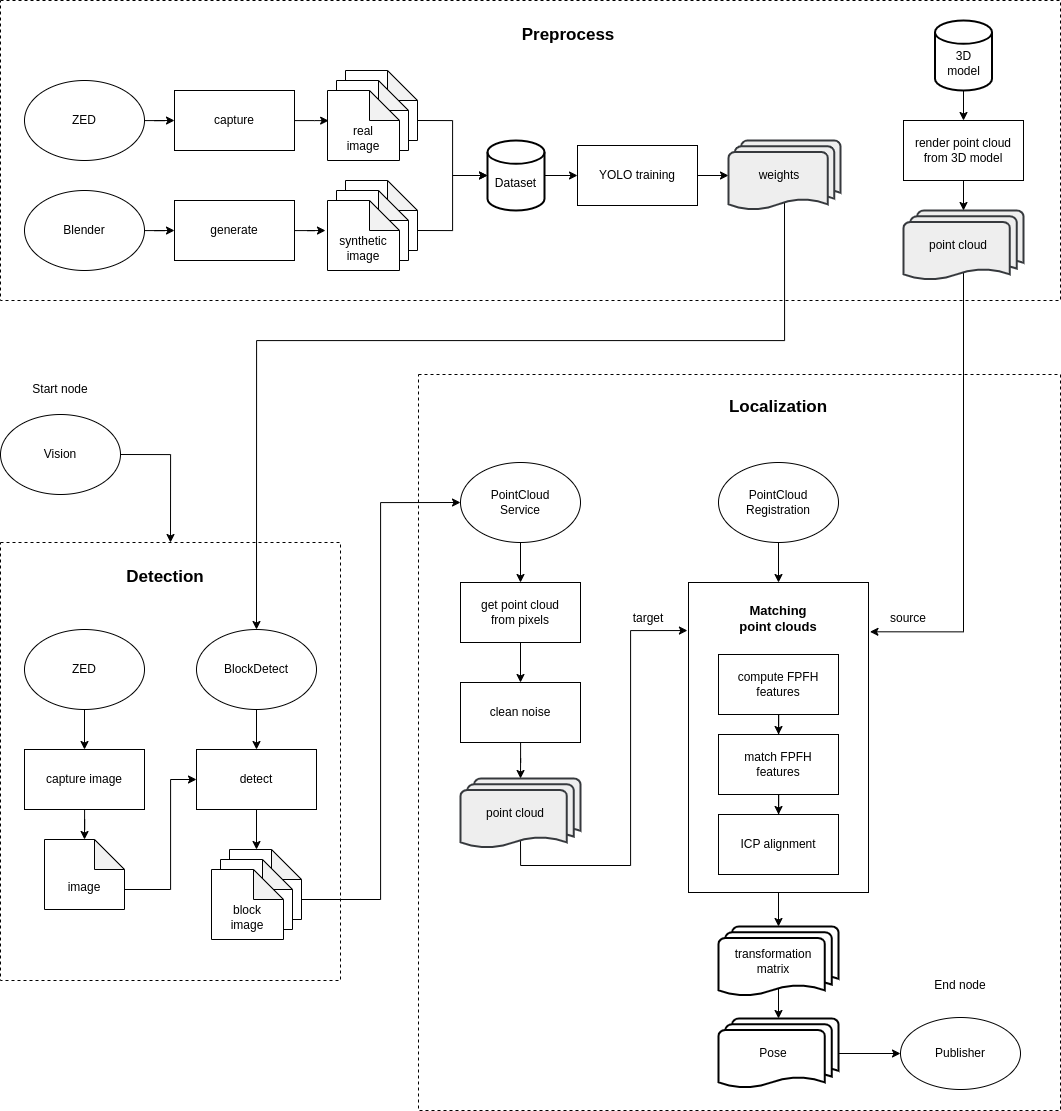
Above: docs/tex/images/design-vision.png in anhtuduong/UR5LegoVision (draw.io), before the change. Source tidied: cells renumbered, new cells last; positions are measured from the earlier drawing's top-left corner, leaving out a move shared by most shapes.
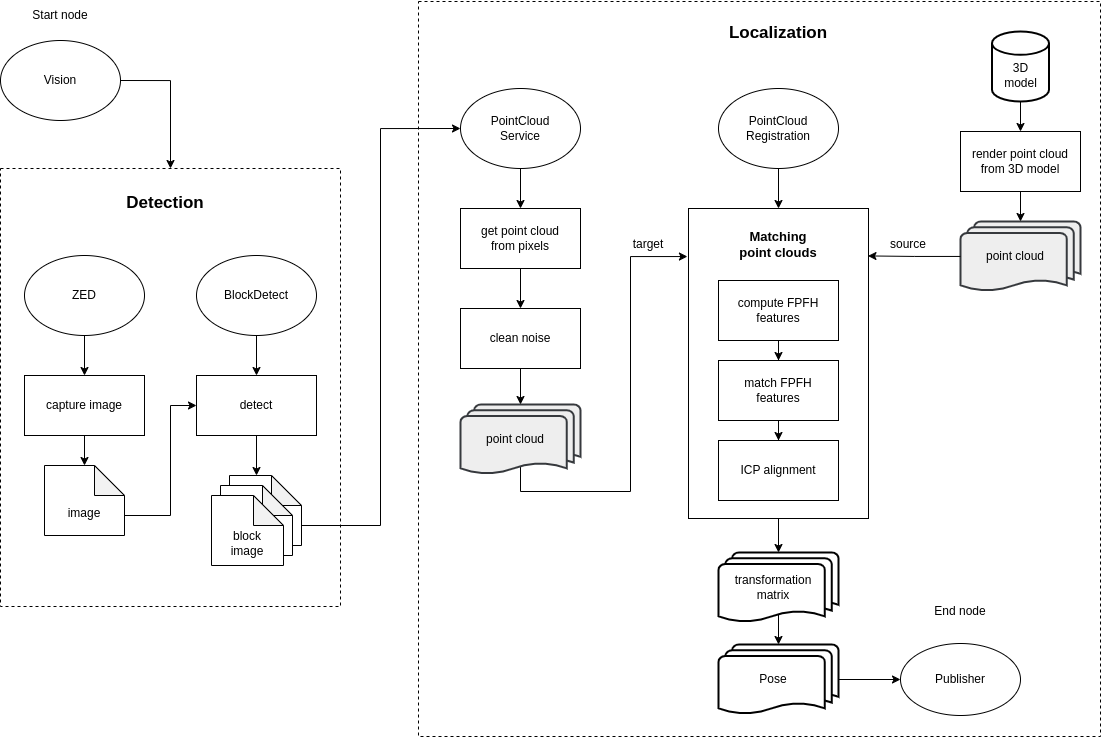
After the commit.

The edit, as a diff of the source:
```diff
@@ -5,11 +5,8 @@
     <mxCell id="2" style="rounded=0;whiteSpace=wrap;html=1;dashed=1;" parent="1" vertex="1">
       <mxGeometry y="542" width="340" height="438" as="geometry" />
     </mxCell>
-    <mxCell id="3" style="rounded=0;whiteSpace=wrap;html=1;dashed=1;" parent="1" vertex="1">
-      <mxGeometry width="1060" height="300" as="geometry" />
-    </mxCell>
     <mxCell id="4" style="rounded=0;whiteSpace=wrap;html=1;dashed=1;" parent="1" vertex="1">
-      <mxGeometry x="418" y="374" width="642" height="736" as="geometry" />
+      <mxGeometry x="418" y="375" width="682" height="735" as="geometry" />
     </mxCell>
     <mxCell id="5" style="edgeStyle=orthogonalEdgeStyle;rounded=0;jettySize=auto;html=1;exitX=0.5;exitY=1;exitDx=0;exitDy=0;entryX=0.5;entryY=0;entryDx=0;entryDy=0;entryPerimeter=0;" parent="1" edge="1" source="6" target="31">
       <mxGeometry relative="1" as="geometry" />
@@ -60,20 +57,13 @@
       <mxGeometry relative="1" as="geometry" />
     </mxCell>
     <mxCell id="19" value="3D&lt;br&gt;model" style="strokeWidth=2;html=1;shape=mxgraph.flowchart.database;whiteSpace=wrap;spacingTop=17;" parent="1" vertex="1">
-      <mxGeometry x="934.5" y="20" width="57" height="70" as="geometry" />
+      <mxGeometry x="991.5" y="405" width="57" height="70" as="geometry" />
     </mxCell>
     <mxCell id="20" value="render point cloud&lt;br&gt;from 3D model" style="rounded=0;whiteSpace=wrap;html=1;" parent="1" vertex="1">
-      <mxGeometry x="903" y="120" width="120" height="60" as="geometry" />
+      <mxGeometry x="960" y="505" width="120" height="60" as="geometry" />
     </mxCell>
-    <mxCell id="21" style="edgeStyle=orthogonalEdgeStyle;rounded=0;jettySize=auto;html=1;exitX=0.5;exitY=0.88;exitDx=0;exitDy=0;exitPerimeter=0;entryX=1.008;entryY=0.159;entryDx=0;entryDy=0;entryPerimeter=0;" parent="1" edge="1" source="22" target="6">
-      <mxGeometry relative="1" as="geometry">
-        <Array as="points">
-          <mxPoint x="963" y="631" />
-        </Array>
-      </mxGeometry>
-    </mxCell>
     <mxCell id="22" value="point cloud" style="strokeWidth=2;html=1;shape=mxgraph.flowchart.multi-document;whiteSpace=wrap;spacingRight=10;fillColor=#eeeeee;strokeColor=#36393d;" parent="1" vertex="1">
-      <mxGeometry x="903" y="210" width="120" height="70" as="geometry" />
+      <mxGeometry x="960" y="595" width="120" height="70" as="geometry" />
     </mxCell>
     <mxCell id="23" style="edgeStyle=orthogonalEdgeStyle;rounded=0;jettySize=auto;html=1;entryX=0.5;entryY=0;entryDx=0;entryDy=0;entryPerimeter=0;" parent="1" edge="1" source="20" target="22">
       <mxGeometry relative="1" as="geometry" />
@@ -123,86 +113,6 @@
     <mxCell id="38" value="Matching&lt;br style=&quot;font-size: 13px;&quot;&gt;point clouds" style="text;html=1;strokeColor=none;fillColor=none;align=center;verticalAlign=middle;whiteSpace=wrap;rounded=0;fontSize=13;fontStyle=1;" parent="1" vertex="1">
       <mxGeometry x="723" y="603" width="110" height="30" as="geometry" />
     </mxCell>
-    <mxCell id="39" style="edgeStyle=orthogonalEdgeStyle;rounded=0;jettySize=auto;html=1;entryX=0;entryY=0.5;entryDx=0;entryDy=0;" parent="1" edge="1" source="40" target="42">
-      <mxGeometry relative="1" as="geometry" />
-    </mxCell>
-    <mxCell id="40" value="ZED" style="ellipse;whiteSpace=wrap;html=1;" parent="1" vertex="1">
-      <mxGeometry x="24" y="80" width="120" height="80" as="geometry" />
-    </mxCell>
-    <mxCell id="41" style="edgeStyle=orthogonalEdgeStyle;rounded=0;jettySize=auto;html=1;entryX=0.016;entryY=0.431;entryDx=0;entryDy=0;entryPerimeter=0;" parent="1" edge="1" source="42" target="46">
-      <mxGeometry relative="1" as="geometry" />
-    </mxCell>
-    <mxCell id="42" value="capture" style="rounded=0;whiteSpace=wrap;html=1;" parent="1" vertex="1">
-      <mxGeometry x="174" y="90" width="120" height="60" as="geometry" />
-    </mxCell>
-    <mxCell id="43" style="group;" parent="1" vertex="1">
-      <mxGeometry x="327" y="70" width="90" height="90" as="geometry" />
-    </mxCell>
-    <mxCell id="44" value="block&lt;br&gt;image" style="shape=note;whiteSpace=wrap;html=1;backgroundOutline=1;darkOpacity=0.05;verticalAlign=bottom;labelPosition=center;verticalLabelPosition=middle;align=center;spacingBottom=5;" parent="43" vertex="1">
-      <mxGeometry x="18" width="72" height="70" as="geometry" />
-    </mxCell>
-    <mxCell id="45" value="block&lt;br&gt;image" style="shape=note;whiteSpace=wrap;html=1;backgroundOutline=1;darkOpacity=0.05;verticalAlign=bottom;labelPosition=center;verticalLabelPosition=middle;align=center;spacingBottom=5;" parent="43" vertex="1">
-      <mxGeometry x="9" y="10" width="72" height="70" as="geometry" />
-    </mxCell>
-    <mxCell id="46" value="real&lt;br&gt;image" style="shape=note;whiteSpace=wrap;html=1;backgroundOutline=1;darkOpacity=0.05;verticalAlign=bottom;labelPosition=center;verticalLabelPosition=middle;align=center;spacingBottom=5;" parent="43" vertex="1">
-      <mxGeometry y="20" width="72" height="70" as="geometry" />
-    </mxCell>
-    <mxCell id="47" style="edgeStyle=orthogonalEdgeStyle;rounded=0;jettySize=auto;html=1;entryX=0;entryY=0.5;entryDx=0;entryDy=0;" parent="1" edge="1" source="48" target="50">
-      <mxGeometry relative="1" as="geometry" />
-    </mxCell>
-    <mxCell id="48" value="Blender" style="ellipse;whiteSpace=wrap;html=1;" parent="1" vertex="1">
-      <mxGeometry x="24" y="190" width="120" height="80" as="geometry" />
-    </mxCell>
-    <mxCell id="49" style="edgeStyle=orthogonalEdgeStyle;rounded=0;jettySize=auto;html=1;entryX=-0.028;entryY=0.429;entryDx=0;entryDy=0;entryPerimeter=0;" parent="1" edge="1" source="50" target="54">
-      <mxGeometry relative="1" as="geometry" />
-    </mxCell>
-    <mxCell id="50" value="generate" style="rounded=0;whiteSpace=wrap;html=1;" parent="1" vertex="1">
-      <mxGeometry x="174" y="200" width="120" height="60" as="geometry" />
-    </mxCell>
-    <mxCell id="51" style="group;" parent="1" vertex="1">
-      <mxGeometry x="327" y="180" width="90" height="90" as="geometry" />
-    </mxCell>
-    <mxCell id="52" value="block&lt;br&gt;image" style="shape=note;whiteSpace=wrap;html=1;backgroundOutline=1;darkOpacity=0.05;verticalAlign=bottom;labelPosition=center;verticalLabelPosition=middle;align=center;spacingBottom=5;" parent="51" vertex="1">
-      <mxGeometry x="18" width="72" height="70" as="geometry" />
-    </mxCell>
-    <mxCell id="53" value="block&lt;br&gt;image" style="shape=note;whiteSpace=wrap;html=1;backgroundOutline=1;darkOpacity=0.05;verticalAlign=bottom;labelPosition=center;verticalLabelPosition=middle;align=center;spacingBottom=5;" parent="51" vertex="1">
-      <mxGeometry x="9" y="10" width="72" height="70" as="geometry" />
-    </mxCell>
-    <mxCell id="54" value="synthetic&lt;br&gt;image" style="shape=note;whiteSpace=wrap;html=1;backgroundOutline=1;darkOpacity=0.05;verticalAlign=bottom;labelPosition=center;verticalLabelPosition=middle;align=center;spacingBottom=5;" parent="51" vertex="1">
-      <mxGeometry y="20" width="72" height="70" as="geometry" />
-    </mxCell>
-    <mxCell id="55" style="edgeStyle=orthogonalEdgeStyle;rounded=0;jettySize=auto;html=1;entryX=0;entryY=0.5;entryDx=0;entryDy=0;" parent="1" edge="1" source="56" target="60">
-      <mxGeometry relative="1" as="geometry" />
-    </mxCell>
-    <mxCell id="56" value="Dataset" style="strokeWidth=2;html=1;shape=mxgraph.flowchart.database;whiteSpace=wrap;spacingTop=17;" parent="1" vertex="1">
-      <mxGeometry x="487" y="140" width="57" height="70" as="geometry" />
-    </mxCell>
-    <mxCell id="57" style="edgeStyle=orthogonalEdgeStyle;rounded=0;jettySize=auto;html=1;exitX=0;exitY=0;exitDx=72;exitDy=50;exitPerimeter=0;entryX=0;entryY=0.5;entryDx=0;entryDy=0;entryPerimeter=0;" parent="1" edge="1" source="44" target="56">
-      <mxGeometry relative="1" as="geometry" />
-    </mxCell>
-    <mxCell id="58" style="edgeStyle=orthogonalEdgeStyle;rounded=0;jettySize=auto;html=1;exitX=0;exitY=0;exitDx=72;exitDy=50;exitPerimeter=0;entryX=0;entryY=0.5;entryDx=0;entryDy=0;entryPerimeter=0;" parent="1" edge="1" source="52" target="56">
-      <mxGeometry relative="1" as="geometry" />
-    </mxCell>
-    <mxCell id="59" style="edgeStyle=orthogonalEdgeStyle;rounded=0;jettySize=auto;html=1;entryX=0;entryY=0.5;entryDx=0;entryDy=0;entryPerimeter=0;" parent="1" edge="1" source="60" target="62">
-      <mxGeometry relative="1" as="geometry" />
-    </mxCell>
-    <mxCell id="60" value="YOLO training" style="rounded=0;whiteSpace=wrap;html=1;" parent="1" vertex="1">
-      <mxGeometry x="577" y="145" width="120" height="60" as="geometry" />
-    </mxCell>
-    <mxCell id="61" style="edgeStyle=orthogonalEdgeStyle;rounded=0;jettySize=auto;html=1;exitX=0.5;exitY=0.88;exitDx=0;exitDy=0;exitPerimeter=0;entryX=0.5;entryY=0;entryDx=0;entryDy=0;" parent="1" edge="1" source="62" target="72">
-      <mxGeometry relative="1" as="geometry">
-        <Array as="points">
-          <mxPoint x="784" y="340" />
-          <mxPoint x="256" y="340" />
-        </Array>
-      </mxGeometry>
-    </mxCell>
-    <mxCell id="62" value="weights" style="strokeWidth=2;html=1;shape=mxgraph.flowchart.multi-document;whiteSpace=wrap;spacingRight=10;fillColor=#eeeeee;strokeColor=#36393d;" parent="1" vertex="1">
-      <mxGeometry x="728" y="140" width="112" height="70" as="geometry" />
-    </mxCell>
-    <mxCell id="63" value="Preprocess" style="text;html=1;strokeColor=none;fillColor=none;align=center;verticalAlign=middle;whiteSpace=wrap;rounded=0;fontSize=17;fontStyle=1;" parent="1" vertex="1">
-      <mxGeometry x="518" y="20" width="100" height="30" as="geometry" />
-    </mxCell>
     <mxCell id="64" style="group;" parent="1" vertex="1">
       <mxGeometry x="900" y="970" width="120" height="120" as="geometry" />
     </mxCell>
@@ -273,5 +183,8 @@
     <mxCell id="83" value="Detection" style="text;html=1;strokeColor=none;fillColor=none;align=center;verticalAlign=middle;whiteSpace=wrap;rounded=0;fontSize=17;fontStyle=1;" parent="1" vertex="1">
       <mxGeometry x="115" y="562" width="100" height="30" as="geometry" />
     </mxCell>
+    <mxCell id="21" style="edgeStyle=orthogonalEdgeStyle;rounded=0;jettySize=auto;html=1;entryX=0.997;entryY=0.153;entryDx=0;entryDy=0;entryPerimeter=0;" parent="1" edge="1" source="22" target="6">
+      <mxGeometry relative="1" as="geometry" />
+    </mxCell>
   </root>
 </mxGraphModel>
```
